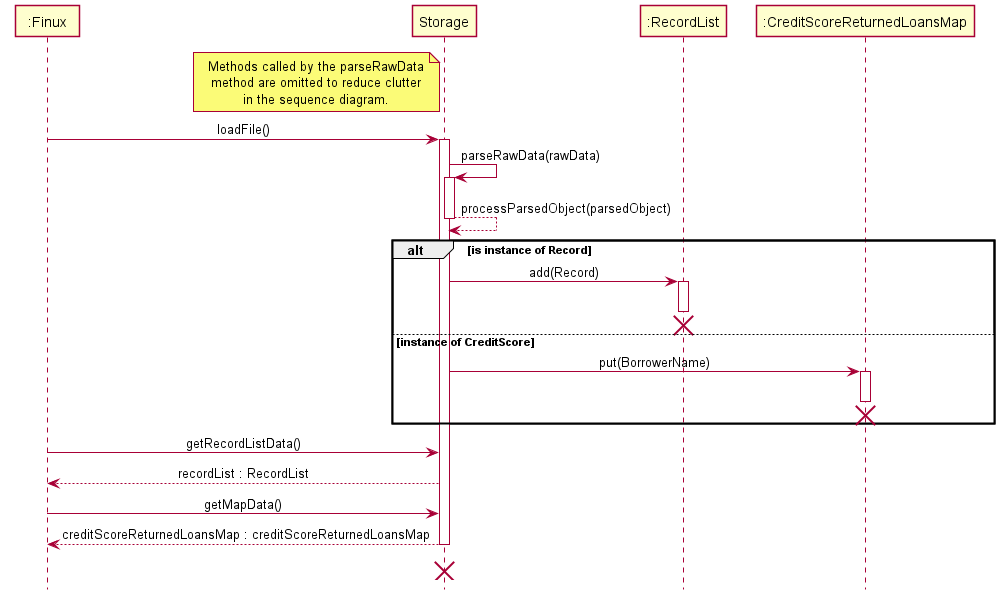
This is docs/img/StorageSequenceDiagramLoad.png from nus-cs2113-AY2021S2/tp, a PlantUML export, as it was before one commit.
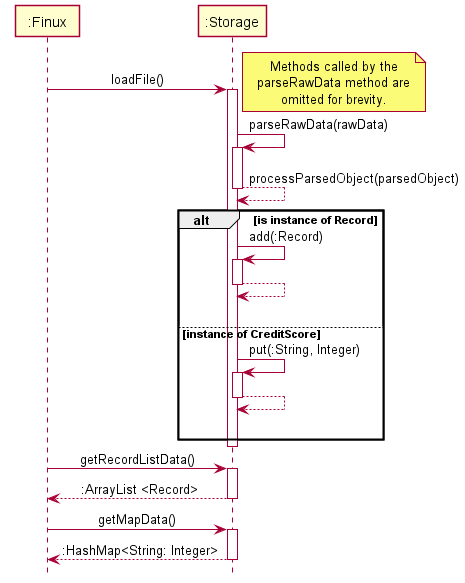
Above is the later version.

Diff of the diagram source:
```diff
@@ -1,44 +1,43 @@
 @startuml
 !include style.puml
 
-note left of Storage
-Methods called by the parseRawData
-method are omitted to reduce clutter
-in the sequence diagram.
-end note
-
 Participant ":Finux" as Finux
 Participant ":Storage" as Storage
-Participant ":RecordList" as RecordList
-Participant ":CreditScoreReturnedLoansMap" as CSRLM
 
 Finux -> Storage : loadFile()
 activate Storage
+note right
+    Methods called by the
+    parseRawData method are
+    omitted for brevity.
+end note
 Storage -> Storage : parseRawData(rawData)
 activate Storage
 Storage --> Storage : processParsedObject(parsedObject)
 deactivate Storage
 alt is instance of Record
-    Storage -> RecordList : add(Record)
-    activate RecordList
-    deactivate RecordList
-    Storage -[hidden]> RecordList
-    destroy RecordList
+    Storage -> Storage : add(:Record)
+    activate Storage
+    Storage --> Storage
+    deactivate Storage
+    Storage -[hidden]> Storage
 
 else instance of CreditScore
-    Storage -> CSRLM : put(BorrowerName)
-    activate CSRLM
-    deactivate CSRLM
-    Storage -[hidden]> CSRLM
-    destroy CSRLM
+    Storage -> Storage : put(:String, Integer)
+    activate Storage
+        Storage --> Storage
+        deactivate Storage
+    Storage -[hidden]> Storage
 end
+deactivate Storage
 
 Finux -> Storage : getRecordListData()
-Storage --> Finux : recordList : RecordList
+activate Storage
+Storage --> Finux : :ArrayList <Record>
+deactivate Storage
 Finux -> Storage : getMapData()
-Storage --> Finux : creditScoreReturnedLoansMap : creditScoreReturnedLoansMap
+activate Storage
+Storage --> Finux : :HashMap<String: Integer>
 deactivate Storage
-Storage -[hidden]> Storage
-destroy Storage
 
 @enduml
```
